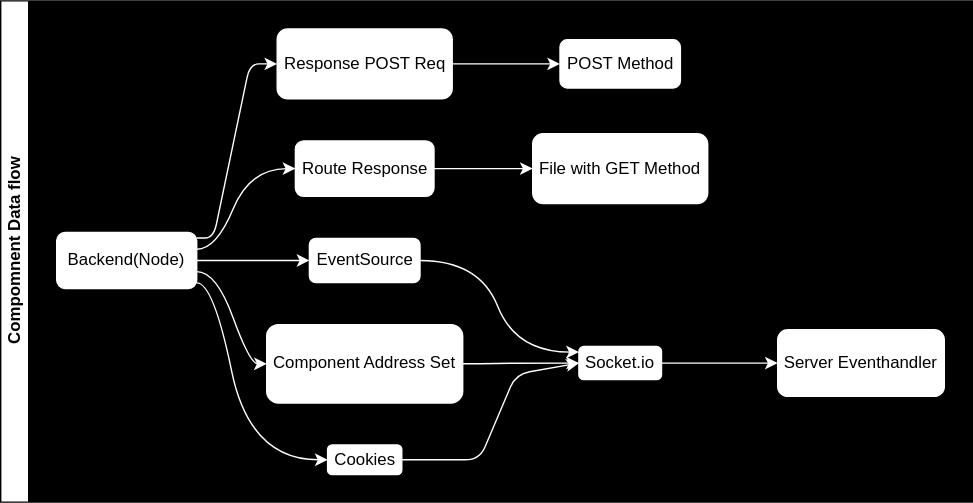
Above: PROJ_Architecture/Frontend_Architecture.svg in zhzhzhy/ESPHome-WebDirectory (draw.io), before the change. Source tidied: cells renumbered, new cells last; positions are measured from the earlier drawing's top-left corner, leaving out a move shared by most shapes. Source of this version:
```xml
<mxGraphModel>
  <root>
    <mxCell id="0" />
    <mxCell id="1" parent="0" />
    <mxCell id="2" value="Compomnent Data flow" style="swimlane;html=1;startSize=20;horizontal=0;flowOrientation=west;interRankCellSpacing=50;containerType=tree;sketch=0;swimlaneFillColor=#000000;" parent="1" vertex="1">
      <mxGeometry width="694" height="358" as="geometry" />
    </mxCell>
    <mxCell id="3" value="Backend(Node)" style="whiteSpace=wrap;html=1;rounded=1;strokeColor=#FFFFFF;" parent="2" vertex="1">
      <mxGeometry x="40" y="165.4" width="100" height="40" as="geometry" />
    </mxCell>
    <mxCell id="4" value="EventSource" style="whiteSpace=wrap;html=1;rounded=1;strokeColor=#FFFFFF;" parent="2" vertex="1">
      <mxGeometry x="220.5" y="169.6" width="79" height="31.6" as="geometry" />
    </mxCell>
    <mxCell id="5" style="html=1;curved=1;noEdgeStyle=1;orthogonal=1;strokeColor=#FFFFFF;" parent="2" edge="1" source="3" target="4">
      <mxGeometry relative="1" as="geometry">
        <Array as="points">
          <mxPoint x="156" y="185.4" />
          <mxPoint x="178" y="185.4" />
        </Array>
      </mxGeometry>
    </mxCell>
    <mxCell id="6" value="Socket.io" style="whiteSpace=wrap;html=1;rounded=1;strokeColor=#FFFFFF;" parent="2" vertex="1">
      <mxGeometry x="413" y="246.9" width="59" height="23.6" as="geometry" />
    </mxCell>
    <mxCell id="7" style="html=1;curved=1;noEdgeStyle=1;orthogonal=1;strokeColor=#FFFFFF;" parent="2" edge="1" source="4" target="6">
      <mxGeometry relative="1" as="geometry">
        <Array as="points">
          <mxPoint x="342" y="185.4" />
          <mxPoint x="368" y="250.8" />
        </Array>
      </mxGeometry>
    </mxCell>
    <mxCell id="8" style="edgeStyle=none;html=1;noEdgeStyle=1;orthogonal=1;strokeColor=#FFFFFF;" parent="2" edge="1" source="3" target="9">
      <mxGeometry relative="1" as="geometry">
        <Array as="points">
          <mxPoint x="152" y="169.4" />
          <mxPoint x="178" y="45" />
        </Array>
      </mxGeometry>
    </mxCell>
    <mxCell id="9" value="Response POST Req" style="whiteSpace=wrap;html=1;rounded=1;strokeColor=#FFFFFF;" parent="2" vertex="1">
      <mxGeometry x="197.5" y="20" width="125" height="50" as="geometry" />
    </mxCell>
    <mxCell id="10" style="html=1;curved=1;noEdgeStyle=1;orthogonal=1;strokeColor=#FFFFFF;" parent="2" edge="1" source="3" target="11">
      <mxGeometry relative="1" as="geometry">
        <Array as="points">
          <mxPoint x="154" y="177.4" />
          <mxPoint x="178" y="119.8" />
        </Array>
      </mxGeometry>
    </mxCell>
    <mxCell id="11" value="Route Response" style="whiteSpace=wrap;html=1;rounded=1;strokeColor=#FFFFFF;" parent="2" vertex="1">
      <mxGeometry x="210.5" y="100" width="99" height="39.6" as="geometry" />
    </mxCell>
    <mxCell id="12" value="Component Address Set" style="whiteSpace=wrap;html=1;rounded=1;strokeColor=#FFFFFF;" parent="2" vertex="1">
      <mxGeometry x="190" y="231.2" width="140" height="56" as="geometry" />
    </mxCell>
    <mxCell id="13" style="html=1;curved=1;noEdgeStyle=1;orthogonal=1;strokeColor=#FFFFFF;" parent="2" edge="1" source="12" target="6">
      <mxGeometry relative="1" as="geometry">
        <Array as="points">
          <mxPoint x="342" y="259.2" />
          <mxPoint x="366" y="258.7" />
        </Array>
      </mxGeometry>
    </mxCell>
    <mxCell id="14" style="html=1;curved=1;noEdgeStyle=1;orthogonal=1;strokeColor=#FFFFFF;" parent="2" edge="1" source="3" target="12">
      <mxGeometry relative="1" as="geometry">
        <Array as="points">
          <mxPoint x="154" y="193.4" />
          <mxPoint x="178" y="259.2" />
        </Array>
      </mxGeometry>
    </mxCell>
    <mxCell id="15" style="html=1;curved=1;noEdgeStyle=1;orthogonal=1;strokeColor=#FFFFFF;" parent="2" edge="1" source="3" target="17">
      <mxGeometry relative="1" as="geometry">
        <Array as="points">
          <mxPoint x="152" y="201.4" />
          <mxPoint x="178" y="327.8" />
        </Array>
      </mxGeometry>
    </mxCell>
    <mxCell id="16" style="edgeStyle=none;html=1;exitX=1;exitY=0.5;exitDx=0;exitDy=0;entryX=0;entryY=0.5;entryDx=0;entryDy=0;noEdgeStyle=1;orthogonal=1;strokeColor=#FFFFFF;" parent="2" edge="1" source="17" target="6">
      <mxGeometry relative="1" as="geometry">
        <Array as="points">
          <mxPoint x="342" y="327.8" />
          <mxPoint x="368" y="266.6" />
        </Array>
      </mxGeometry>
    </mxCell>
    <mxCell id="17" value="Cookies" style="whiteSpace=wrap;html=1;rounded=1;strokeColor=#FFFFFF;" parent="2" vertex="1">
      <mxGeometry x="233.5" y="317.2" width="53" height="21.2" as="geometry" />
    </mxCell>
    <mxCell id="18" style="html=1;curved=1;noEdgeStyle=1;orthogonal=1;strokeColor=#FFFFFF;" parent="2" edge="1" source="6" target="19">
      <mxGeometry relative="1" as="geometry">
        <Array as="points">
          <mxPoint x="517" y="258.7" />
          <mxPoint x="543" y="258.7" />
        </Array>
      </mxGeometry>
    </mxCell>
    <mxCell id="19" value="Server Eventhandler" style="whiteSpace=wrap;html=1;rounded=1;strokeColor=#FFFFFF;" parent="2" vertex="1">
      <mxGeometry x="555" y="234.9" width="119" height="47.6" as="geometry" />
    </mxCell>
    <mxCell id="20" style="html=1;curved=1;noEdgeStyle=1;orthogonal=1;strokeColor=#FFFFFF;" parent="2" edge="1" source="11" target="21">
      <mxGeometry relative="1" as="geometry">
        <Array as="points">
          <mxPoint x="342" y="119.8" />
          <mxPoint x="368" y="119.8" />
        </Array>
      </mxGeometry>
    </mxCell>
    <mxCell id="21" value="File with GET Method" style="whiteSpace=wrap;html=1;rounded=1;strokeColor=#FFFFFF;" parent="2" vertex="1">
      <mxGeometry x="380" y="94.8" width="125" height="50" as="geometry" />
    </mxCell>
    <mxCell id="22" style="edgeStyle=none;html=1;noEdgeStyle=1;orthogonal=1;strokeColor=#FFFFFF;" parent="2" edge="1" source="9" target="23">
      <mxGeometry relative="1" as="geometry">
        <Array as="points">
          <mxPoint x="342" y="45" />
          <mxPoint x="368" y="45" />
        </Array>
      </mxGeometry>
    </mxCell>
    <mxCell id="23" value="POST Method" style="whiteSpace=wrap;html=1;rounded=1;strokeColor=#FFFFFF;" parent="2" vertex="1">
      <mxGeometry x="399.5" y="27.8" width="86" height="34.4" as="geometry" />
    </mxCell>
  </root>
</mxGraphModel>
```
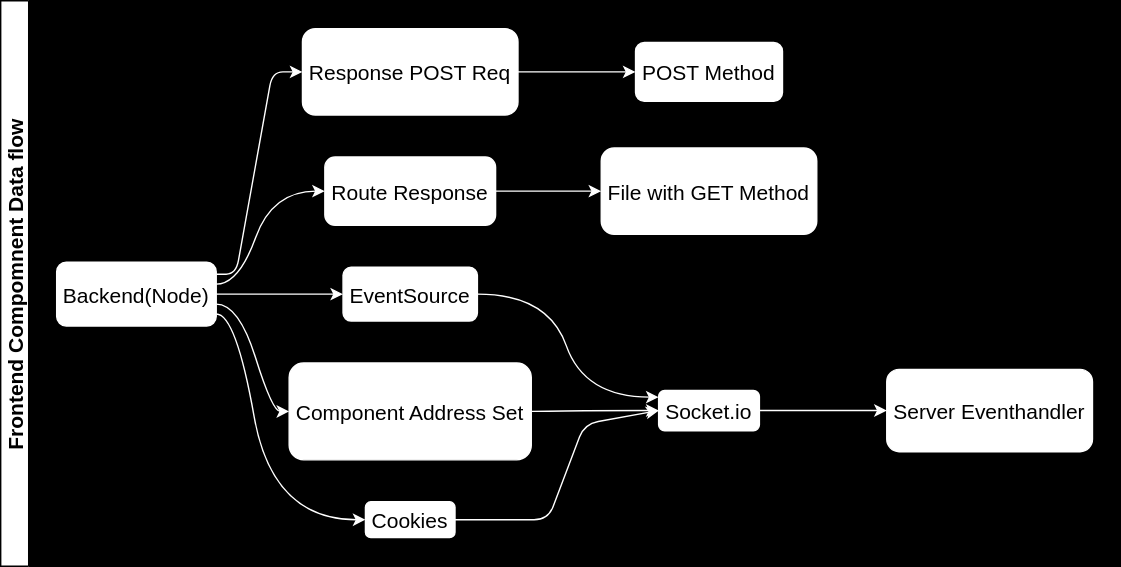
The same file after the commit.

What changed in the source:
```diff
@@ -2,126 +2,126 @@
   <root>
     <mxCell id="0" />
     <mxCell id="1" parent="0" />
-    <mxCell id="2" value="Compomnent Data flow" style="swimlane;html=1;startSize=20;horizontal=0;flowOrientation=west;interRankCellSpacing=50;containerType=tree;sketch=0;swimlaneFillColor=#000000;" parent="1" vertex="1">
-      <mxGeometry width="694" height="358" as="geometry" />
+    <mxCell id="2" value="Frontend Compomnent Data flow" style="swimlane;startSize=20;horizontal=0;flowOrientation=west;interRankCellSpacing=50;containerType=tree;sketch=0;swimlaneFillColor=#000000;fontSize=15;" parent="1" vertex="1">
+      <mxGeometry width="800" height="404" as="geometry" />
     </mxCell>
-    <mxCell id="3" value="Backend(Node)" style="whiteSpace=wrap;html=1;rounded=1;strokeColor=#FFFFFF;" parent="2" vertex="1">
-      <mxGeometry x="40" y="165.4" width="100" height="40" as="geometry" />
+    <mxCell id="3" value="Backend(Node)" style="rounded=1;strokeColor=#FFFFFF;fontSize=15;" parent="2" vertex="1">
+      <mxGeometry x="40" y="186.8" width="114" height="45.6" as="geometry" />
     </mxCell>
-    <mxCell id="4" value="EventSource" style="whiteSpace=wrap;html=1;rounded=1;strokeColor=#FFFFFF;" parent="2" vertex="1">
-      <mxGeometry x="220.5" y="169.6" width="79" height="31.6" as="geometry" />
+    <mxCell id="4" value="EventSource" style="rounded=1;strokeColor=#FFFFFF;fontSize=15;" parent="2" vertex="1">
+      <mxGeometry x="244.6" y="190.4" width="96" height="38.4" as="geometry" />
     </mxCell>
-    <mxCell id="5" style="html=1;curved=1;noEdgeStyle=1;orthogonal=1;strokeColor=#FFFFFF;" parent="2" edge="1" source="3" target="4">
+    <mxCell id="5" style="curved=1;noEdgeStyle=1;orthogonal=1;strokeColor=#FFFFFF;fontSize=15;" parent="2" edge="1" source="3" target="4">
       <mxGeometry relative="1" as="geometry">
         <Array as="points">
-          <mxPoint x="156" y="185.4" />
-          <mxPoint x="178" y="185.4" />
+          <mxPoint x="172.1" y="209.6" />
+          <mxPoint x="194.1" y="209.6" />
         </Array>
       </mxGeometry>
     </mxCell>
-    <mxCell id="6" value="Socket.io" style="whiteSpace=wrap;html=1;rounded=1;strokeColor=#FFFFFF;" parent="2" vertex="1">
-      <mxGeometry x="413" y="246.9" width="59" height="23.6" as="geometry" />
+    <mxCell id="6" value="Socket.io" style="rounded=1;strokeColor=#FFFFFF;fontSize=15;" parent="2" vertex="1">
+      <mxGeometry x="470.1" y="278.4" width="72" height="28.8" as="geometry" />
     </mxCell>
-    <mxCell id="7" style="html=1;curved=1;noEdgeStyle=1;orthogonal=1;strokeColor=#FFFFFF;" parent="2" edge="1" source="4" target="6">
+    <mxCell id="7" style="curved=1;noEdgeStyle=1;orthogonal=1;strokeColor=#FFFFFF;fontSize=15;" parent="2" edge="1" source="4" target="6">
       <mxGeometry relative="1" as="geometry">
         <Array as="points">
-          <mxPoint x="342" y="185.4" />
-          <mxPoint x="368" y="250.8" />
+          <mxPoint x="391.1" y="209.6" />
+          <mxPoint x="417.1" y="283.2" />
         </Array>
       </mxGeometry>
     </mxCell>
-    <mxCell id="8" style="edgeStyle=none;html=1;noEdgeStyle=1;orthogonal=1;strokeColor=#FFFFFF;" parent="2" edge="1" source="3" target="9">
+    <mxCell id="8" style="edgeStyle=none;noEdgeStyle=1;orthogonal=1;strokeColor=#FFFFFF;fontSize=15;" parent="2" edge="1" source="3" target="9">
       <mxGeometry relative="1" as="geometry">
         <Array as="points">
-          <mxPoint x="152" y="169.4" />
-          <mxPoint x="178" y="45" />
+          <mxPoint x="168.1" y="195.4" />
+          <mxPoint x="194.1" y="50.8" />
         </Array>
       </mxGeometry>
     </mxCell>
-    <mxCell id="9" value="Response POST Req" style="whiteSpace=wrap;html=1;rounded=1;strokeColor=#FFFFFF;" parent="2" vertex="1">
-      <mxGeometry x="197.5" y="20" width="125" height="50" as="geometry" />
+    <mxCell id="9" value="Response POST Req" style="rounded=1;strokeColor=#FFFFFF;fontSize=15;" parent="2" vertex="1">
+      <mxGeometry x="215.6" y="20" width="154" height="61.6" as="geometry" />
     </mxCell>
-    <mxCell id="10" style="html=1;curved=1;noEdgeStyle=1;orthogonal=1;strokeColor=#FFFFFF;" parent="2" edge="1" source="3" target="11">
+    <mxCell id="10" style="curved=1;noEdgeStyle=1;orthogonal=1;strokeColor=#FFFFFF;fontSize=15;" parent="2" edge="1" source="3" target="11">
       <mxGeometry relative="1" as="geometry">
         <Array as="points">
-          <mxPoint x="154" y="177.4" />
-          <mxPoint x="178" y="119.8" />
+          <mxPoint x="170.1" y="202.5" />
+          <mxPoint x="194.1" y="136" />
         </Array>
       </mxGeometry>
     </mxCell>
-    <mxCell id="11" value="Route Response" style="whiteSpace=wrap;html=1;rounded=1;strokeColor=#FFFFFF;" parent="2" vertex="1">
-      <mxGeometry x="210.5" y="100" width="99" height="39.6" as="geometry" />
+    <mxCell id="11" value="Route Response" style="rounded=1;strokeColor=#FFFFFF;fontSize=15;" parent="2" vertex="1">
+      <mxGeometry x="231.6" y="111.6" width="122" height="48.8" as="geometry" />
     </mxCell>
-    <mxCell id="12" value="Component Address Set" style="whiteSpace=wrap;html=1;rounded=1;strokeColor=#FFFFFF;" parent="2" vertex="1">
-      <mxGeometry x="190" y="231.2" width="140" height="56" as="geometry" />
+    <mxCell id="12" value="Component Address Set" style="rounded=1;strokeColor=#FFFFFF;fontSize=15;" parent="2" vertex="1">
+      <mxGeometry x="206.1" y="258.8" width="173" height="69.2" as="geometry" />
     </mxCell>
-    <mxCell id="13" style="html=1;curved=1;noEdgeStyle=1;orthogonal=1;strokeColor=#FFFFFF;" parent="2" edge="1" source="12" target="6">
+    <mxCell id="13" style="curved=1;noEdgeStyle=1;orthogonal=1;strokeColor=#FFFFFF;fontSize=15;" parent="2" edge="1" source="12" target="6">
       <mxGeometry relative="1" as="geometry">
         <Array as="points">
-          <mxPoint x="342" y="259.2" />
-          <mxPoint x="366" y="258.7" />
+          <mxPoint x="391.1" y="293.4" />
+          <mxPoint x="415.1" y="292.8" />
         </Array>
       </mxGeometry>
     </mxCell>
-    <mxCell id="14" style="html=1;curved=1;noEdgeStyle=1;orthogonal=1;strokeColor=#FFFFFF;" parent="2" edge="1" source="3" target="12">
+    <mxCell id="14" style="curved=1;noEdgeStyle=1;orthogonal=1;strokeColor=#FFFFFF;fontSize=15;" parent="2" edge="1" source="3" target="12">
       <mxGeometry relative="1" as="geometry">
         <Array as="points">
-          <mxPoint x="154" y="193.4" />
-          <mxPoint x="178" y="259.2" />
+          <mxPoint x="170.1" y="216.7" />
+          <mxPoint x="194.1" y="293.4" />
         </Array>
       </mxGeometry>
     </mxCell>
-    <mxCell id="15" style="html=1;curved=1;noEdgeStyle=1;orthogonal=1;strokeColor=#FFFFFF;" parent="2" edge="1" source="3" target="17">
+    <mxCell id="15" style="curved=1;noEdgeStyle=1;orthogonal=1;strokeColor=#FFFFFF;fontSize=15;" parent="2" edge="1" source="3" target="17">
       <mxGeometry relative="1" as="geometry">
         <Array as="points">
-          <mxPoint x="152" y="201.4" />
-          <mxPoint x="178" y="327.8" />
+          <mxPoint x="168.1" y="223.8" />
+          <mxPoint x="194.1" y="370.8" />
         </Array>
       </mxGeometry>
     </mxCell>
-    <mxCell id="16" style="edgeStyle=none;html=1;exitX=1;exitY=0.5;exitDx=0;exitDy=0;entryX=0;entryY=0.5;entryDx=0;entryDy=0;noEdgeStyle=1;orthogonal=1;strokeColor=#FFFFFF;" parent="2" edge="1" source="17" target="6">
+    <mxCell id="16" style="edgeStyle=none;exitX=1;exitY=0.5;exitDx=0;exitDy=0;entryX=0;entryY=0.5;entryDx=0;entryDy=0;noEdgeStyle=1;orthogonal=1;strokeColor=#FFFFFF;fontSize=15;" parent="2" edge="1" source="17" target="6">
       <mxGeometry relative="1" as="geometry">
         <Array as="points">
-          <mxPoint x="342" y="327.8" />
-          <mxPoint x="368" y="266.6" />
+          <mxPoint x="391.1" y="370.8" />
+          <mxPoint x="417.1" y="302.4" />
         </Array>
       </mxGeometry>
     </mxCell>
-    <mxCell id="17" value="Cookies" style="whiteSpace=wrap;html=1;rounded=1;strokeColor=#FFFFFF;" parent="2" vertex="1">
-      <mxGeometry x="233.5" y="317.2" width="53" height="21.2" as="geometry" />
+    <mxCell id="17" value="Cookies" style="rounded=1;strokeColor=#FFFFFF;fontSize=15;" parent="2" vertex="1">
+      <mxGeometry x="260.6" y="358" width="64" height="25.6" as="geometry" />
     </mxCell>
-    <mxCell id="18" style="html=1;curved=1;noEdgeStyle=1;orthogonal=1;strokeColor=#FFFFFF;" parent="2" edge="1" source="6" target="19">
+    <mxCell id="18" style="curved=1;noEdgeStyle=1;orthogonal=1;strokeColor=#FFFFFF;fontSize=15;" parent="2" edge="1" source="6" target="19">
       <mxGeometry relative="1" as="geometry">
         <Array as="points">
-          <mxPoint x="517" y="258.7" />
-          <mxPoint x="543" y="258.7" />
+          <mxPoint x="595.1" y="292.8" />
+          <mxPoint x="621.1" y="292.8" />
         </Array>
       </mxGeometry>
     </mxCell>
-    <mxCell id="19" value="Server Eventhandler" style="whiteSpace=wrap;html=1;rounded=1;strokeColor=#FFFFFF;" parent="2" vertex="1">
-      <mxGeometry x="555" y="234.9" width="119" height="47.6" as="geometry" />
+    <mxCell id="19" value="Server Eventhandler" style="rounded=1;strokeColor=#FFFFFF;fontSize=15;" parent="2" vertex="1">
+      <mxGeometry x="633.1" y="263.4" width="147" height="58.8" as="geometry" />
     </mxCell>
-    <mxCell id="20" style="html=1;curved=1;noEdgeStyle=1;orthogonal=1;strokeColor=#FFFFFF;" parent="2" edge="1" source="11" target="21">
+    <mxCell id="20" style="curved=1;noEdgeStyle=1;orthogonal=1;strokeColor=#FFFFFF;fontSize=15;" parent="2" edge="1" source="11" target="21">
       <mxGeometry relative="1" as="geometry">
         <Array as="points">
-          <mxPoint x="342" y="119.8" />
-          <mxPoint x="368" y="119.8" />
+          <mxPoint x="391.1" y="136" />
+          <mxPoint x="417.1" y="136" />
         </Array>
       </mxGeometry>
     </mxCell>
-    <mxCell id="21" value="File with GET Method" style="whiteSpace=wrap;html=1;rounded=1;strokeColor=#FFFFFF;" parent="2" vertex="1">
-      <mxGeometry x="380" y="94.8" width="125" height="50" as="geometry" />
+    <mxCell id="21" value="File with GET Method" style="rounded=1;strokeColor=#FFFFFF;fontSize=15;" parent="2" vertex="1">
+      <mxGeometry x="429.1" y="105.2" width="154" height="61.6" as="geometry" />
     </mxCell>
-    <mxCell id="22" style="edgeStyle=none;html=1;noEdgeStyle=1;orthogonal=1;strokeColor=#FFFFFF;" parent="2" edge="1" source="9" target="23">
+    <mxCell id="22" style="edgeStyle=none;noEdgeStyle=1;orthogonal=1;strokeColor=#FFFFFF;fontSize=15;" parent="2" edge="1" source="9" target="23">
       <mxGeometry relative="1" as="geometry">
         <Array as="points">
-          <mxPoint x="342" y="45" />
-          <mxPoint x="368" y="45" />
+          <mxPoint x="391.1" y="50.8" />
+          <mxPoint x="417.1" y="50.8" />
         </Array>
       </mxGeometry>
     </mxCell>
-    <mxCell id="23" value="POST Method" style="whiteSpace=wrap;html=1;rounded=1;strokeColor=#FFFFFF;" parent="2" vertex="1">
-      <mxGeometry x="399.5" y="27.8" width="86" height="34.4" as="geometry" />
+    <mxCell id="23" value="POST Method" style="rounded=1;strokeColor=#FFFFFF;fontSize=15;" parent="2" vertex="1">
+      <mxGeometry x="453.6" y="29.8" width="105" height="42" as="geometry" />
     </mxCell>
   </root>
 </mxGraphModel>
```
